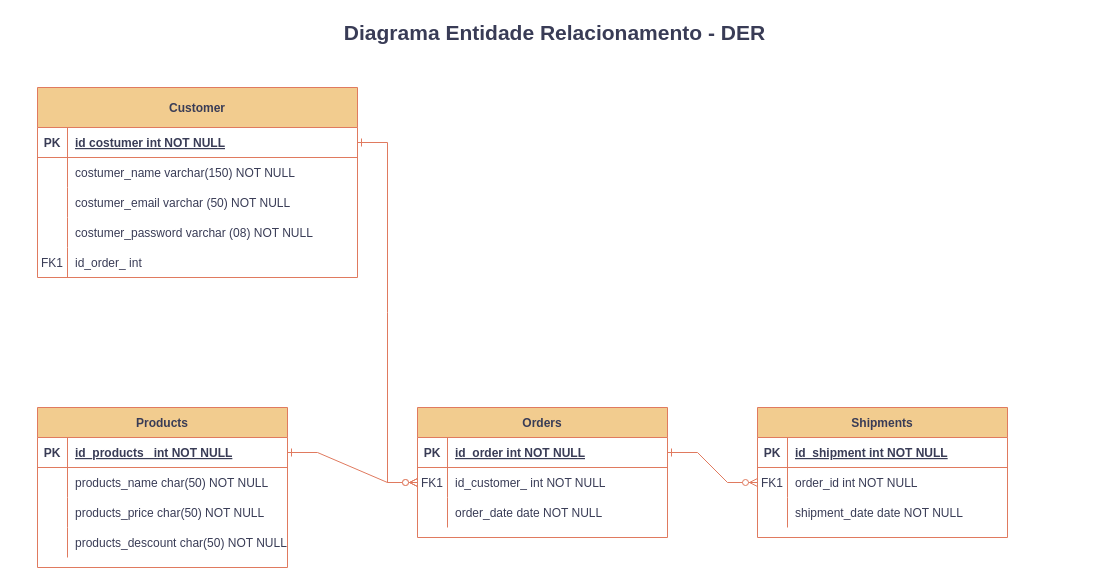
vitanaturalle/ProjetoIntegrador keeps this draw.io diagram as DiagramaEntidadeRelacionamento.drawio. Above is the earlier version. Source tidied: cells renumbered, new cells numbered last; positions are measured from the earlier drawing's top-left corner, leaving out a move shared by most shapes. Both pictures are drawn from the tidied source at 100%, with x=0, y=0 at pixel (17, 17).
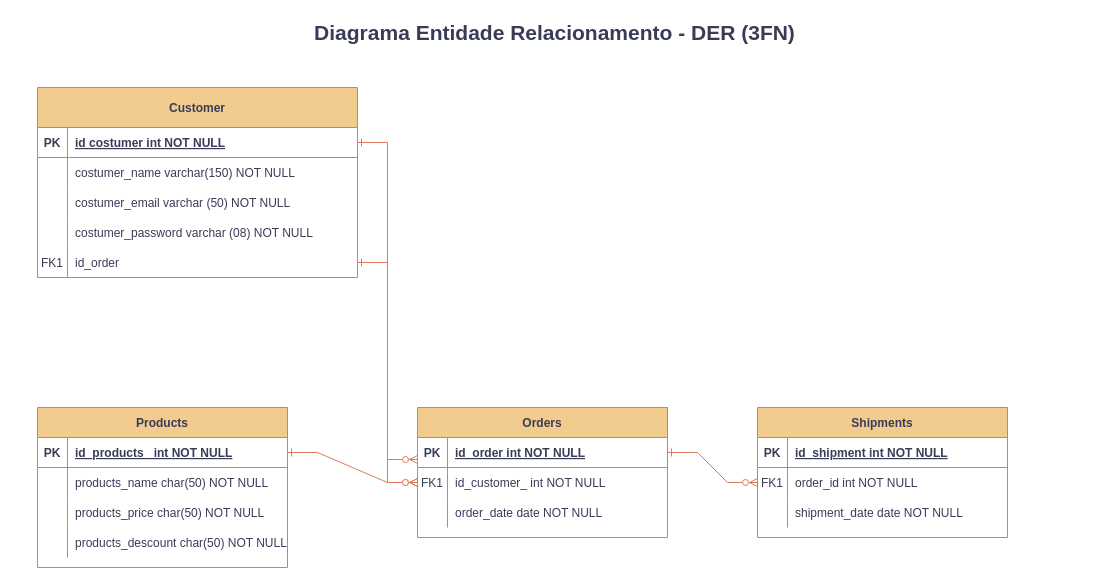
The same diagram, later.

Unchanged cells that the change refers to:
```xml
<mxCell id="5" style="shape=partialRectangle;fillColor=none;points=[[0,0.5],[1,0.5]];portConstraint=eastwest;top=0;left=0;right=0;bottom=1;labelBackgroundColor=none;strokeColor=#E07A5F;fontColor=#393C56;rounded=0;" parent="4" vertex="1">
  <mxGeometry y="30" width="250" height="30" as="geometry" />
</mxCell>
<mxCell id="50" style="shape=partialRectangle;fillColor=none;points=[[0,0.5],[1,0.5]];portConstraint=eastwest;top=0;left=0;right=0;bottom=0;labelBackgroundColor=none;strokeColor=#E07A5F;fontColor=#393C56;rounded=0;" parent="37" vertex="1">
  <mxGeometry y="160" width="320" height="30" as="geometry" />
</mxCell>
```

What changed in the source:
```diff
@@
-    <mxCell id="52" value="id_order_ int" style="shape=partialRectangle;overflow=hidden;fillColor=none;top=0;left=0;bottom=0;right=0;align=left;spacingLeft=6;labelBackgroundColor=none;strokeColor=#E07A5F;fontColor=#393C56;rounded=0;" parent="50" vertex="1">
+    <mxCell id="52" value="id_order" style="shape=partialRectangle;overflow=hidden;fillColor=none;top=0;left=0;bottom=0;right=0;align=left;spacingLeft=6;labelBackgroundColor=none;strokeColor=#E07A5F;fontColor=#393C56;rounded=0;" parent="50" vertex="1">
       <mxGeometry x="30" width="290" height="30" as="geometry" />
     </mxCell>
@@
-    <mxCell id="54" value="Diagrama Entidade Relacionamento - DER" style="text;strokeColor=none;align=center;fillColor=none;html=1;verticalAlign=middle;whiteSpace=wrap;rounded=0;fontColor=#393C56;fontStyle=1;fontSize=21;" parent="1" vertex="1">
+    <mxCell id="54" value="Diagrama Entidade Relacionamento - DER (3FN)" style="text;strokeColor=none;align=center;fillColor=none;html=1;verticalAlign=middle;whiteSpace=wrap;rounded=0;fontColor=#393C56;fontStyle=1;fontSize=21;" parent="1" vertex="1">
       <mxGeometry width="1075" height="30" as="geometry" />
     </mxCell>
+    <mxCell id="55" style="edgeStyle=entityRelationEdgeStyle;endArrow=ERzeroToMany;startArrow=ERone;endFill=1;startFill=0;labelBackgroundColor=none;fontColor=default;strokeColor=#E07A5F;entryX=0;entryY=0.733;entryDx=0;entryDy=0;rounded=0;exitX=1;exitY=0.5;exitDx=0;exitDy=0;entryPerimeter=0;" parent="1" edge="1" source="50" target="5">
+      <mxGeometry relative="1" as="geometry" />
+    </mxCell>
```
